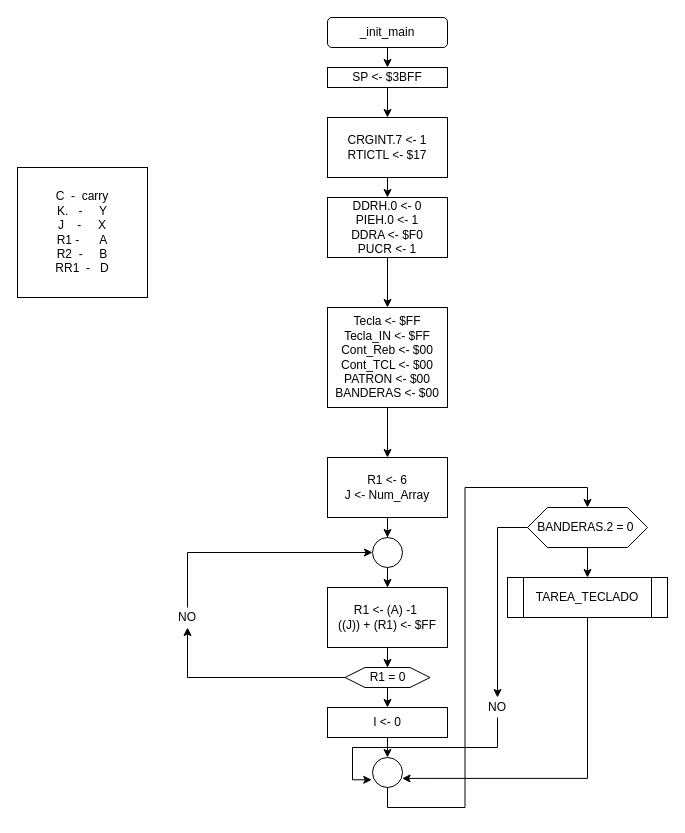
Earlier version of the draw.io diagram mtx_KeyBoard/diagrams/main.drawio (brown9804/Dragon12_MC9S12DP256). Source tidied: cells renumbered, new cells numbered last; positions are measured from the earlier drawing's top-left corner, leaving out a move shared by most shapes. Both pictures are drawn from the tidied source at 100%, with x=0, y=0 at pixel (17, 17).
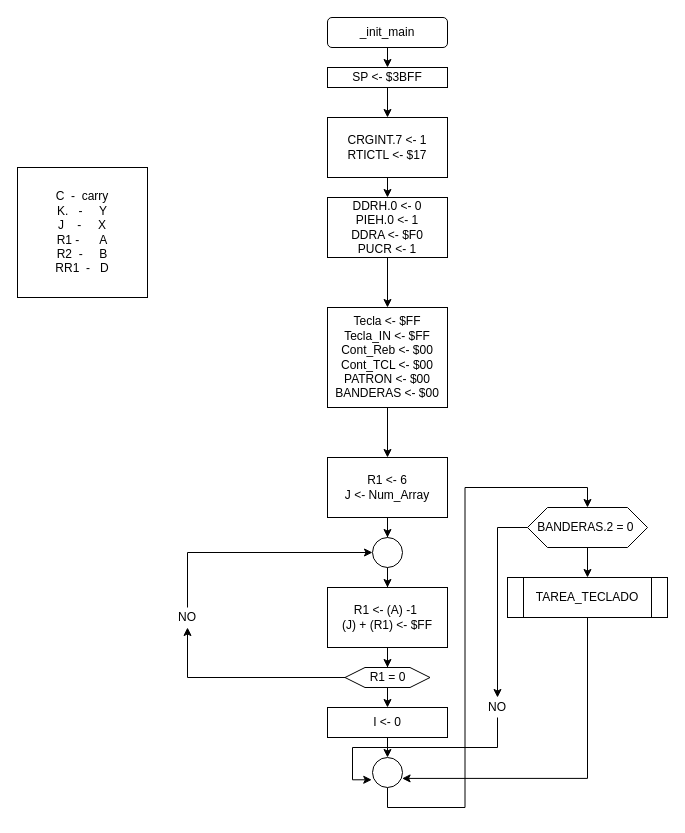
The same diagram, later.

Diff of the diagram source:
```diff
@@
-    <mxCell id="15" value="R1 &amp;lt;- (A) -1&amp;nbsp;&lt;br&gt;((J)) + (R1) &amp;lt;- $FF" style="rounded=0;whiteSpace=wrap;html=1;" parent="1" vertex="1">
+    <mxCell id="15" value="R1 &amp;lt;- (A) -1&amp;nbsp;&lt;br&gt;(J) + (R1) &amp;lt;- $FF" style="rounded=0;whiteSpace=wrap;html=1;" parent="1" vertex="1">
       <mxGeometry x="310" y="570" width="120" height="60" as="geometry" />
     </mxCell>
```
